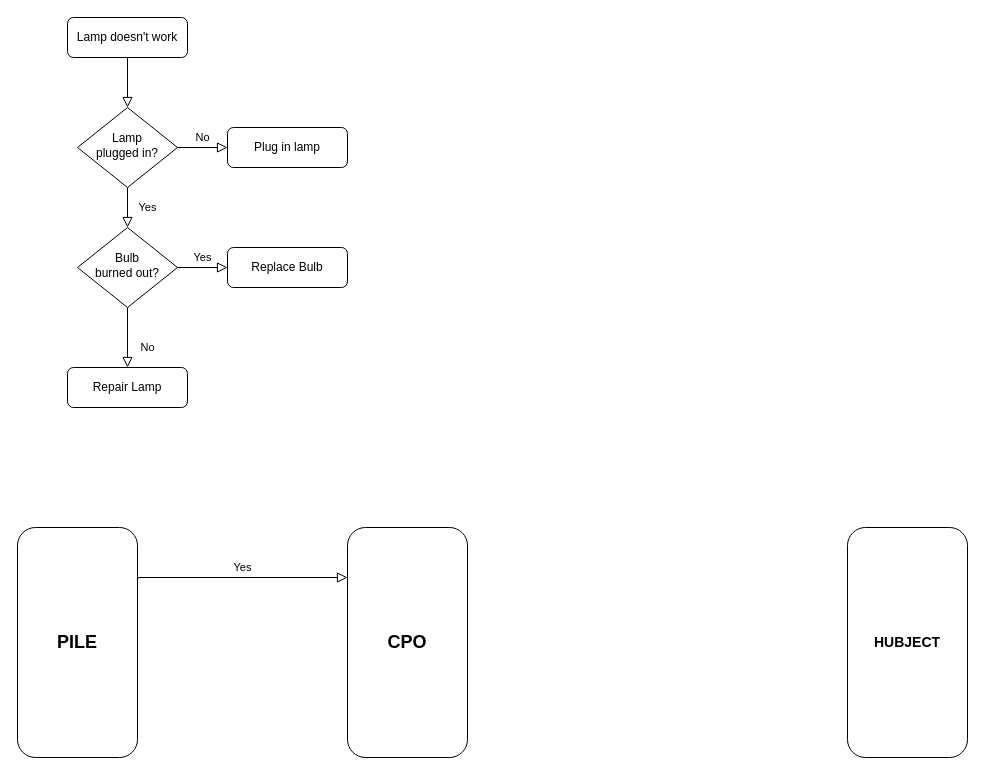
Earlier version of the draw.io diagram Untitled Diagram.drawio (piaoransheng/draw.io). Source tidied: cells renumbered, new cells numbered last; positions are measured from the earlier drawing's top-left corner, leaving out a move shared by most shapes. Both pictures are drawn from the tidied source at 100%, with x=0, y=0 at pixel (17, 17).
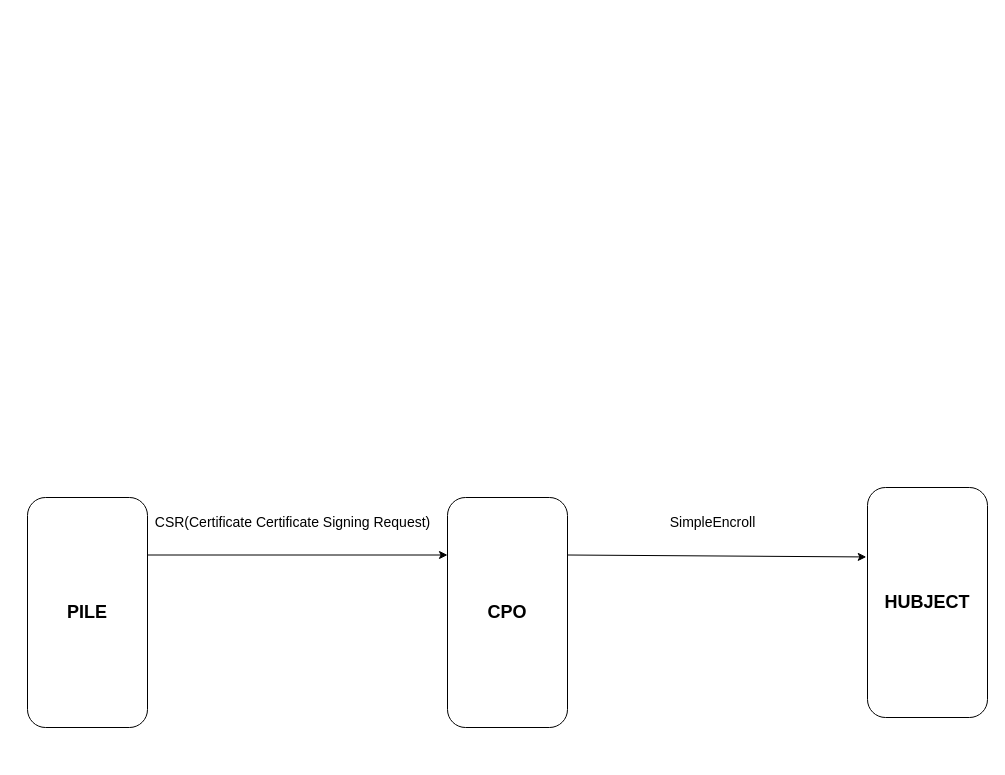
The same page after the edit.

What changed in the source:
```diff
@@
 <mxGraphModel>
   <root>
     <mxCell id="0" />
     <mxCell id="1" parent="0" />
-    <mxCell id="2" style="rounded=0;html=1;jettySize=auto;fontSize=11;endArrow=block;endFill=0;endSize=8;strokeWidth=1;shadow=0;labelBackgroundColor=none;edgeStyle=orthogonalEdgeStyle;" parent="1" edge="1" source="3" target="6">
-      <mxGeometry relative="1" as="geometry" />
-    </mxCell>
-    <mxCell id="3" value="Lamp doesn't work" style="rounded=1;whiteSpace=wrap;html=1;fontSize=12;glass=0;strokeWidth=1;shadow=0;" parent="1" vertex="1">
-      <mxGeometry x="50" width="120" height="40" as="geometry" />
-    </mxCell>
-    <mxCell id="4" value="Yes" style="rounded=0;html=1;jettySize=auto;fontSize=11;endArrow=block;endFill=0;endSize=8;strokeWidth=1;shadow=0;labelBackgroundColor=none;edgeStyle=orthogonalEdgeStyle;" parent="1" edge="1" source="6" target="10">
-      <mxGeometry y="20" relative="1" as="geometry" />
-    </mxCell>
-    <mxCell id="5" value="No" style="edgeStyle=orthogonalEdgeStyle;rounded=0;html=1;jettySize=auto;fontSize=11;endArrow=block;endFill=0;endSize=8;strokeWidth=1;shadow=0;labelBackgroundColor=none;" parent="1" edge="1" source="6" target="7">
-      <mxGeometry y="10" relative="1" as="geometry" />
-    </mxCell>
-    <mxCell id="6" value="Lamp&lt;br&gt;plugged in?" style="rhombus;whiteSpace=wrap;html=1;shadow=0;fontFamily=Helvetica;fontSize=12;align=center;strokeWidth=1;spacing=6;spacingTop=-4;" parent="1" vertex="1">
-      <mxGeometry x="60" y="90" width="100" height="80" as="geometry" />
-    </mxCell>
-    <mxCell id="7" value="Plug in lamp" style="rounded=1;whiteSpace=wrap;html=1;fontSize=12;glass=0;strokeWidth=1;shadow=0;" parent="1" vertex="1">
-      <mxGeometry x="210" y="110" width="120" height="40" as="geometry" />
-    </mxCell>
-    <mxCell id="8" value="No" style="rounded=0;html=1;jettySize=auto;fontSize=11;endArrow=block;endFill=0;endSize=8;strokeWidth=1;shadow=0;labelBackgroundColor=none;edgeStyle=orthogonalEdgeStyle;" parent="1" edge="1" source="10" target="11">
-      <mxGeometry x="0.33" y="20" relative="1" as="geometry" />
-    </mxCell>
-    <mxCell id="9" value="Yes" style="edgeStyle=orthogonalEdgeStyle;rounded=0;html=1;jettySize=auto;fontSize=11;endArrow=block;endFill=0;endSize=8;strokeWidth=1;shadow=0;labelBackgroundColor=none;" parent="1" edge="1" source="10" target="12">
-      <mxGeometry y="10" relative="1" as="geometry" />
-    </mxCell>
-    <mxCell id="10" value="Bulb&lt;br&gt;burned out?" style="rhombus;whiteSpace=wrap;html=1;shadow=0;fontFamily=Helvetica;fontSize=12;align=center;strokeWidth=1;spacing=6;spacingTop=-4;" parent="1" vertex="1">
-      <mxGeometry x="60" y="210" width="100" height="80" as="geometry" />
-    </mxCell>
-    <mxCell id="11" value="Repair Lamp" style="rounded=1;whiteSpace=wrap;html=1;fontSize=12;glass=0;strokeWidth=1;shadow=0;" parent="1" vertex="1">
-      <mxGeometry x="50" y="350" width="120" height="40" as="geometry" />
-    </mxCell>
-    <mxCell id="12" value="Replace Bulb" style="rounded=1;whiteSpace=wrap;html=1;fontSize=12;glass=0;strokeWidth=1;shadow=0;" parent="1" vertex="1">
-      <mxGeometry x="210" y="230" width="120" height="40" as="geometry" />
-    </mxCell>
     <mxCell id="13" value="&lt;b&gt;&lt;font style=&quot;font-size: 18px;&quot;&gt;PILE&lt;/font&gt;&lt;/b&gt;" style="rounded=1;whiteSpace=wrap;html=1;fontSize=12;glass=0;strokeWidth=1;shadow=0;" parent="1" vertex="1">
-      <mxGeometry y="510" width="120" height="230" as="geometry" />
+      <mxGeometry x="10" y="480" width="120" height="230" as="geometry" />
     </mxCell>
+    <mxCell id="16" value="&lt;b&gt;&lt;font style=&quot;font-size: 18px;&quot;&gt;CPO&lt;/font&gt;&lt;/b&gt;" style="rounded=1;whiteSpace=wrap;html=1;fontSize=12;glass=0;strokeWidth=1;shadow=0;" parent="1" vertex="1">
+      <mxGeometry x="430" y="480" width="120" height="230" as="geometry" />
+    </mxCell>
+    <mxCell id="17" style="endArrow=classic;html=1;rounded=0;fontSize=14;entryX=0;entryY=0.25;entryDx=0;entryDy=0;exitX=1;exitY=0.25;exitDx=0;exitDy=0;" parent="1" edge="1" source="13" target="16">
+      <mxGeometry relative="1" as="geometry" />
+    </mxCell>
+    <mxCell id="18" style="endArrow=classic;html=1;rounded=0;fontSize=14;exitX=1;exitY=0.25;exitDx=0;exitDy=0;entryX=-0.01;entryY=0.302;entryDx=0;entryDy=0;entryPerimeter=0;" parent="1" edge="1" source="16" target="14">
+      <mxGeometry relative="1" as="geometry" />
+    </mxCell>
-    <mxCell id="14" value="&lt;font style=&quot;font-size: 14px;&quot;&gt;&lt;b&gt;HUBJECT&lt;/b&gt;&lt;/font&gt;" style="rounded=1;whiteSpace=wrap;html=1;fontSize=12;glass=0;strokeWidth=1;shadow=0;" parent="1" vertex="1">
-      <mxGeometry x="830" y="510" width="120" height="230" as="geometry" />
+    <mxCell id="14" value="&lt;b&gt;&lt;font style=&quot;font-size: 18px;&quot;&gt;HUBJECT&lt;/font&gt;&lt;/b&gt;" style="rounded=1;whiteSpace=wrap;html=1;fontSize=12;glass=0;strokeWidth=1;shadow=0;" parent="1" vertex="1">
+      <mxGeometry x="850" y="470" width="120" height="230" as="geometry" />
     </mxCell>
-    <mxCell id="15" value="Yes" style="edgeStyle=orthogonalEdgeStyle;rounded=0;html=1;jettySize=auto;fontSize=11;endArrow=block;endFill=0;endSize=8;strokeWidth=1;shadow=0;labelBackgroundColor=none;exitX=1.008;exitY=0.222;exitDx=0;exitDy=0;exitPerimeter=0;" parent="1" edge="1" source="13">
-      <mxGeometry y="10" relative="1" as="geometry">
-        <mxPoint x="330" y="560" as="targetPoint" />
-        <Array as="points">
-          <mxPoint x="121" y="560" />
-        </Array>
-      </mxGeometry>
-    </mxCell>
-    <mxCell id="16" value="&lt;b&gt;&lt;font style=&quot;font-size: 18px;&quot;&gt;CPO&lt;/font&gt;&lt;/b&gt;" style="rounded=1;whiteSpace=wrap;html=1;fontSize=12;glass=0;strokeWidth=1;shadow=0;" parent="1" vertex="1">
-      <mxGeometry x="330" y="510" width="120" height="230" as="geometry" />
-    </mxCell>
+    <mxCell id="19" value="CSR(Certificate&amp;nbsp;&lt;span style=&quot;text-align: left; background-color: initial;&quot;&gt;Certificate Signing Request)&lt;/span&gt;" style="text;html=1;align=center;verticalAlign=middle;fillColor=none;strokeColor=none;rounded=0;fontSize=14;" parent="1" vertex="1">
+      <mxGeometry x="130" y="495" width="290" height="20" as="geometry" />
+    </mxCell>
+    <mxCell id="20" value="SimpleEncroll" style="text;html=1;align=center;verticalAlign=middle;fillColor=none;strokeColor=none;rounded=0;fontSize=14;" parent="1" vertex="1">
+      <mxGeometry x="645" y="495" width="100" height="20" as="geometry" />
+    </mxCell>
   </root>
 </mxGraphModel>
```
